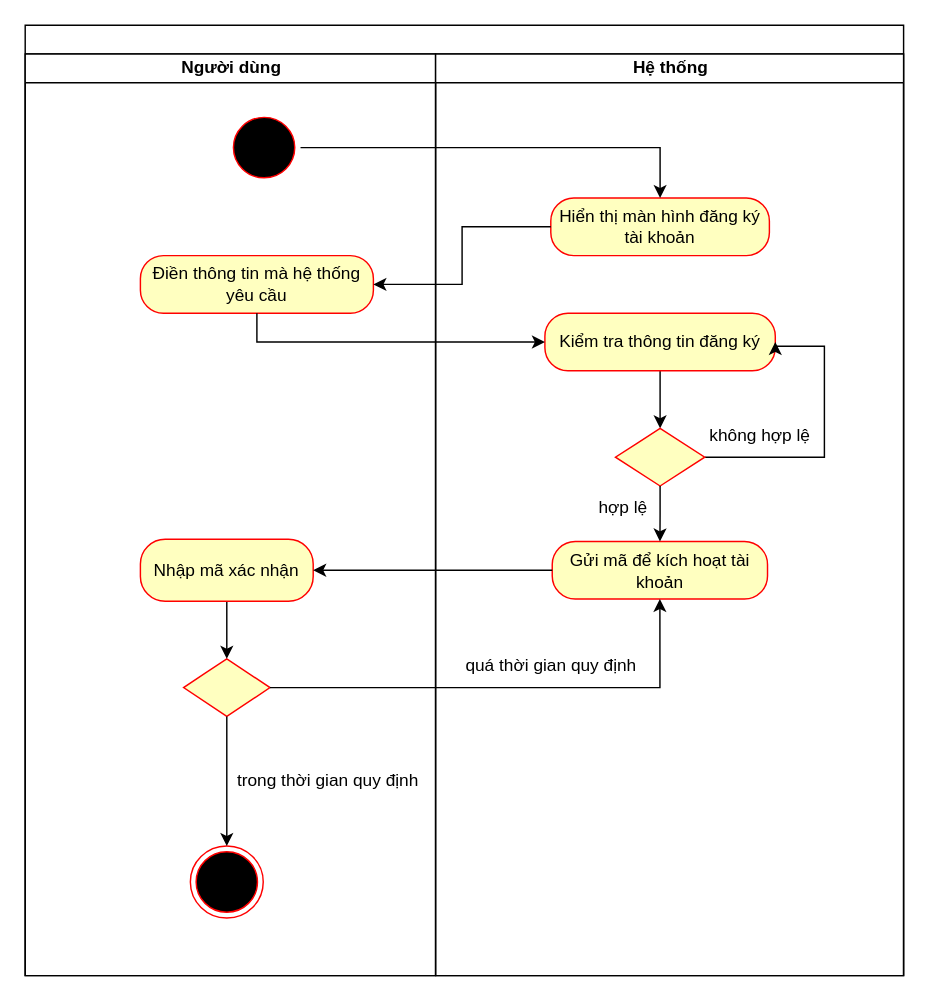
Above: test.drawio in nhan-ntt/SE (draw.io), before the change. Source tidied: cells renumbered, new cells numbered last; positions are measured from the earlier drawing's top-left corner, leaving out a move shared by most shapes. Both pictures are drawn from the tidied source at 144%, with x=0, y=0 at pixel (24, 24).
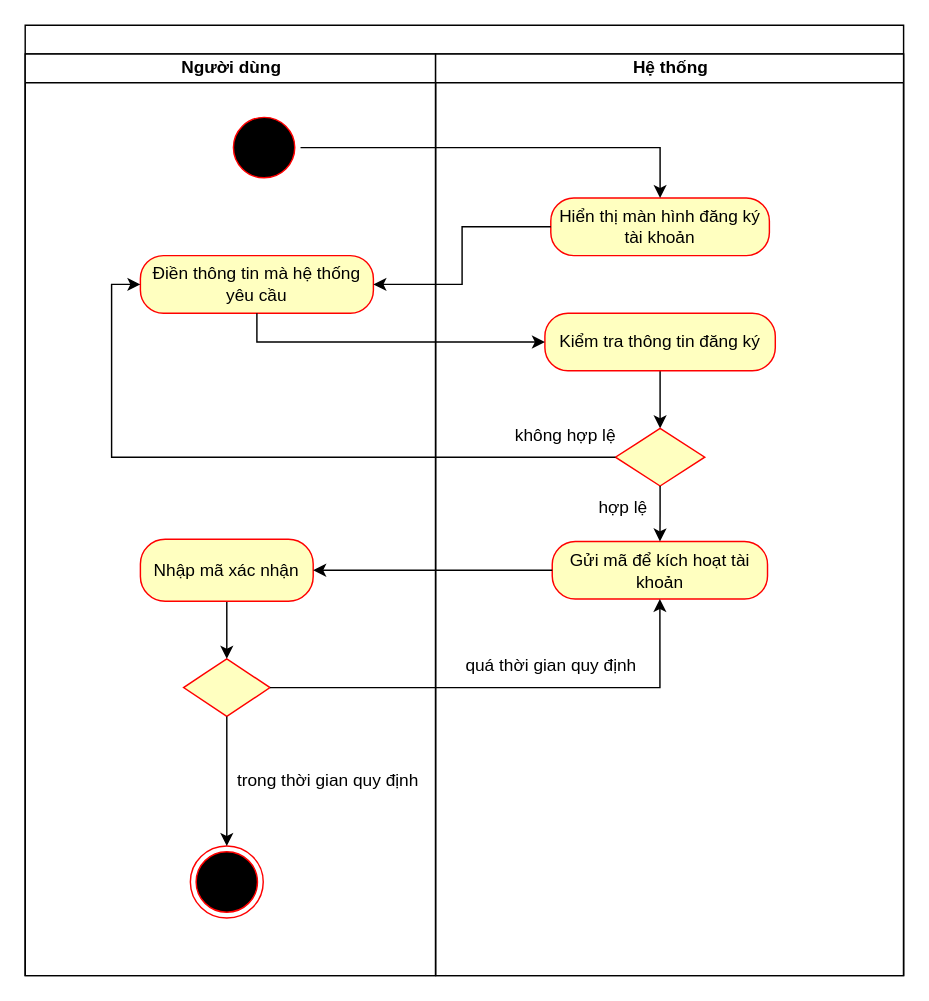
Above is the later version.

Unchanged cells that the change refers to:
```xml
<mxCell id="2" style="swimlane;startSize=20;html=1;" parent="1" vertex="1">
  <mxGeometry width="610" height="660" as="geometry" />
</mxCell>
<mxCell id="5" value="Điền thông tin mà hệ thống yêu cầu" style="rounded=1;whiteSpace=wrap;html=1;arcSize=40;fontColor=#000000;fillColor=#ffffc0;strokeColor=#ff0000;" parent="3" vertex="1">
  <mxGeometry x="80" y="140" width="161.8" height="40" as="geometry" />
</mxCell>
<mxCell id="10" value="Hệ thống" style="swimlane;startSize=20;html=1;" parent="2" vertex="1">
  <mxGeometry x="285" y="20" width="325" height="640" as="geometry" />
</mxCell>
<mxCell id="12" value="Kiểm tra thông tin đăng ký" style="whiteSpace=wrap;html=1;fillColor=#ffffc0;strokeColor=#ff0000;fontColor=#000000;rounded=1;arcSize=40;" parent="10" vertex="1">
  <mxGeometry x="75.9" y="180" width="160" height="40" as="geometry" />
</mxCell>
<mxCell id="15" style="rhombus;whiteSpace=wrap;html=1;fillColor=#ffffc0;strokeColor=#ff0000;fontColor=#000000;rounded=1;arcSize=0;" parent="10" vertex="1">
  <mxGeometry x="124.9" y="260" width="62" height="40" as="geometry" />
</mxCell>
```

What changed in the source:
```diff
@@
-    <mxCell id="14" style="edgeStyle=orthogonalEdgeStyle;rounded=0;jettySize=auto;html=1;exitX=1;exitY=0.5;exitDx=0;exitDy=0;entryX=1;entryY=0.5;entryDx=0;entryDy=0;" parent="10" edge="1" source="15" target="12">
-      <mxGeometry relative="1" as="geometry">
-        <Array as="points">
-          <mxPoint x="270" y="280" />
-          <mxPoint x="270" y="203" />
-        </Array>
-      </mxGeometry>
-    </mxCell>
@@
     <mxCell id="16" value="không hợp lệ" style="text;html=1;align=center;verticalAlign=middle;strokeColor=none;fillColor=none;" parent="10" vertex="1">
-      <mxGeometry x="180" y="250" width="90" height="30" as="geometry" />
+      <mxGeometry x="45" y="250" width="90" height="30" as="geometry" />
     </mxCell>
@@
+    <mxCell id="28" style="edgeStyle=orthogonalEdgeStyle;rounded=0;jettySize=auto;html=1;exitX=0;exitY=0.5;exitDx=0;exitDy=0;entryX=0;entryY=0.5;entryDx=0;entryDy=0;" parent="2" edge="1" source="15" target="5">
+      <mxGeometry relative="1" as="geometry" />
+    </mxCell>
```
